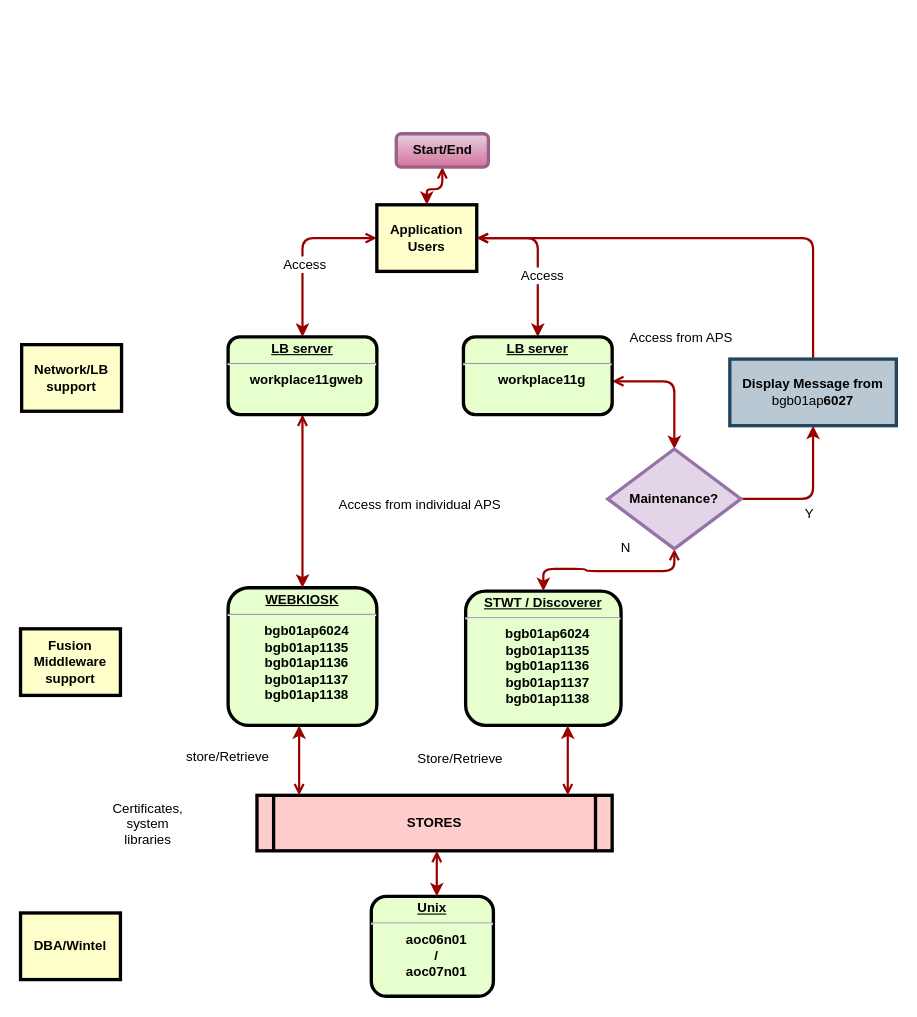
The draw.io diagram maintenance Message.drawio in edwinpeterson1976/flowchart, before the edit. Source tidied: cells renumbered, new cells numbered last; positions are measured from the earlier drawing's top-left corner, leaving out a move shared by most shapes. Both pictures are drawn from the tidied source at 111%, with x=0, y=0 at pixel (20, 133).
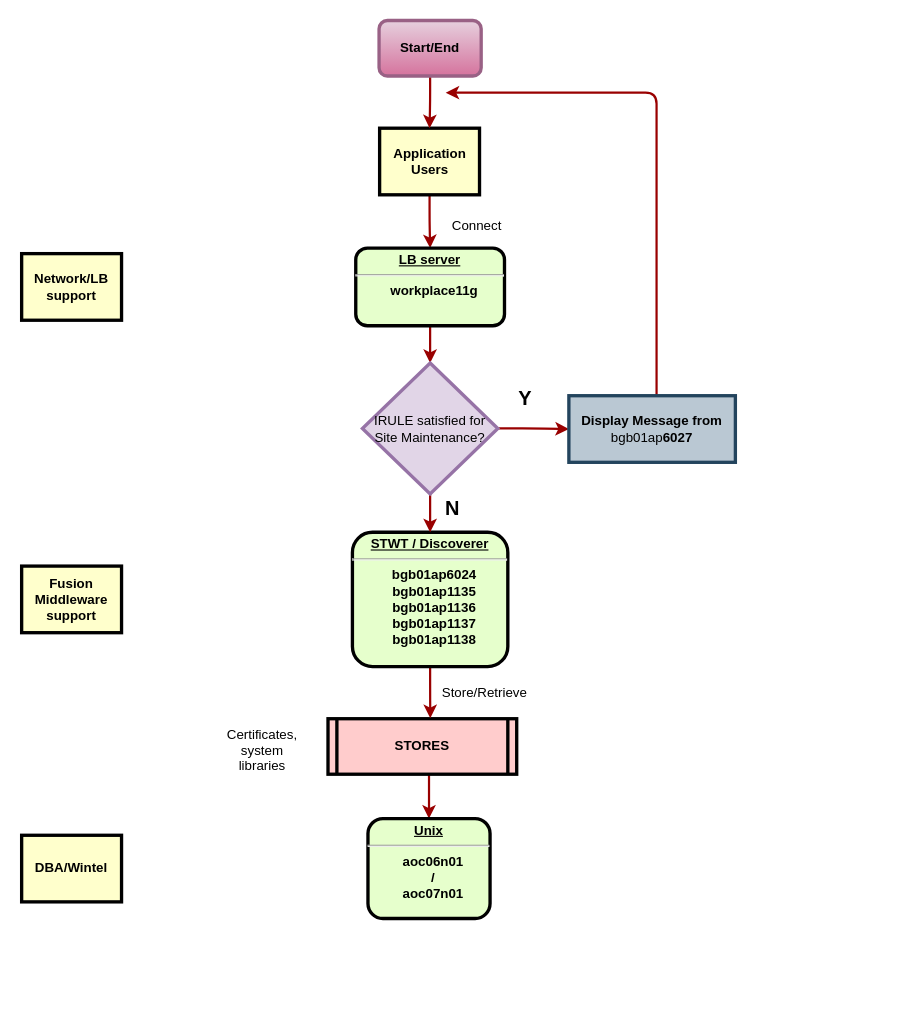
The same diagram, later.

Diff of the diagram source:
```diff
@@
-    <mxCell id="2" value="&lt;p style=&quot;margin: 4px 0px 0px ; text-align: center ; text-decoration: underline&quot;&gt;&lt;strong&gt;WEBKIOSK&lt;br&gt;&lt;/strong&gt;&lt;/p&gt;&lt;hr&gt;&lt;p style=&quot;margin: 0px 0px 0px 8px&quot;&gt;bgb01ap6024&lt;/p&gt;&lt;p style=&quot;margin: 0px 0px 0px 8px&quot;&gt;bgb01ap1135&lt;/p&gt;&lt;p style=&quot;margin: 0px 0px 0px 8px&quot;&gt;bgb01ap1136&lt;/p&gt;&lt;p style=&quot;margin: 0px 0px 0px 8px&quot;&gt;bgb01ap1137&lt;/p&gt;&lt;p style=&quot;margin: 0px 0px 0px 8px&quot;&gt;bgb01ap1138&lt;br&gt;&lt;/p&gt;" style="verticalAlign=middle;align=center;overflow=fill;fontSize=12;fontFamily=Helvetica;html=1;rounded=1;fontStyle=1;strokeWidth=3;fillColor=#E6FFCC;" parent="1" vertex="1">
-      <mxGeometry x="187" y="409" width="134" height="124" as="geometry" />
-    </mxCell>
-    <mxCell id="3" style="edgeStyle=orthogonalEdgeStyle;rounded=1;jettySize=auto;html=1;exitX=0;exitY=0.5;exitDx=0;exitDy=0;startArrow=open;startFill=0;strokeColor=#990000;strokeWidth=2;" parent="1" edge="1" source="7" target="19">
-      <mxGeometry relative="1" as="geometry" />
-    </mxCell>
-    <mxCell id="4" value="Access" style="text;html=1;align=center;verticalAlign=middle;labelBackgroundColor=#ffffff;" parent="3" vertex="1">
-      <mxGeometry x="-0.15" y="23" relative="1" as="geometry" />
-    </mxCell>
-    <mxCell id="5" style="edgeStyle=orthogonalEdgeStyle;rounded=1;jettySize=auto;html=1;exitX=1;exitY=0.5;exitDx=0;exitDy=0;startArrow=open;startFill=0;strokeColor=#990000;strokeWidth=2;" parent="1" edge="1" source="7" target="22">
+    <mxCell id="5" style="edgeStyle=orthogonalEdgeStyle;rounded=1;jettySize=auto;html=1;entryX=0.5;entryY=0;entryDx=0;entryDy=0;strokeColor=#990000;strokeWidth=2;" parent="1" edge="1" source="7" target="22">
       <mxGeometry relative="1" as="geometry" />
     </mxCell>
-    <mxCell id="6" value="Access" style="text;html=1;align=center;verticalAlign=middle;labelBackgroundColor=#ffffff;" parent="5" vertex="1">
-      <mxGeometry x="0.22" y="3" relative="1" as="geometry" />
-    </mxCell>
     <mxCell id="7" value="Application Users" style="whiteSpace=wrap;align=center;verticalAlign=middle;fontStyle=1;strokeWidth=3;fillColor=#FFFFCC;" parent="1" vertex="1">
-      <mxGeometry x="321" y="64" width="90" height="60" as="geometry" />
+      <mxGeometry x="323.5" y="-5" width="90" height="60" as="geometry" />
     </mxCell>
+    <mxCell id="36" style="edgeStyle=orthogonalEdgeStyle;rounded=1;jettySize=auto;html=1;entryX=0.5;entryY=0;entryDx=0;entryDy=0;strokeColor=#990000;strokeWidth=2;" parent="1" edge="1" source="8" target="10">
+      <mxGeometry relative="1" as="geometry">
+        <Array as="points">
+          <mxPoint x="368" y="583" />
+          <mxPoint x="368" y="583" />
+        </Array>
+      </mxGeometry>
+    </mxCell>
     <mxCell id="8" value="STORES" style="shape=process;whiteSpace=wrap;align=center;verticalAlign=middle;size=0.0475;fontStyle=1;strokeWidth=3;fillColor=#FFCCCC;" parent="1" vertex="1">
-      <mxGeometry x="213" y="596" width="320" height="50" as="geometry" />
+      <mxGeometry x="277" y="527" width="170" height="50" as="geometry" />
     </mxCell>
+    <mxCell id="37" style="edgeStyle=orthogonalEdgeStyle;rounded=1;jettySize=auto;html=1;exitX=0.5;exitY=1;exitDx=0;exitDy=0;entryX=0.542;entryY=-0.01;entryDx=0;entryDy=0;entryPerimeter=0;strokeColor=#990000;strokeWidth=2;" parent="1" edge="1" source="9" target="8">
+      <mxGeometry relative="1" as="geometry" />
+    </mxCell>
     <mxCell id="9" value="&lt;p style=&quot;margin: 4px 0px 0px ; text-align: center&quot;&gt;&lt;u&gt;STWT / Discoverer&lt;br&gt;&lt;/u&gt;&lt;/p&gt;&lt;u&gt;&lt;hr&gt;&lt;/u&gt;&lt;p style=&quot;margin: 0px 0px 0px 8px&quot;&gt;bgb01ap6024&lt;/p&gt;&lt;p style=&quot;margin: 0px 0px 0px 8px&quot;&gt;bgb01ap1135&lt;/p&gt;&lt;p style=&quot;margin: 0px 0px 0px 8px&quot;&gt;bgb01ap1136&lt;/p&gt;&lt;p style=&quot;margin: 0px 0px 0px 8px&quot;&gt;bgb01ap1137&lt;/p&gt;&lt;p style=&quot;margin: 0px 0px 0px 8px&quot;&gt;bgb01ap1138&lt;/p&gt;" style="verticalAlign=middle;align=center;overflow=fill;fontSize=12;fontFamily=Helvetica;html=1;rounded=1;fontStyle=1;strokeWidth=3;fillColor=#E6FFCC;" parent="1" vertex="1">
-      <mxGeometry x="401" y="412" width="140" height="121" as="geometry" />
+      <mxGeometry x="299" y="359" width="140" height="121" as="geometry" />
     </mxCell>
     <mxCell id="10" value="&lt;p style=&quot;margin: 4px 0px 0px ; text-align: center ; text-decoration: underline&quot;&gt;&lt;strong&gt;&lt;strong&gt;&lt;/strong&gt;Unix&lt;br&gt;&lt;/strong&gt;&lt;/p&gt;&lt;hr&gt;&lt;p style=&quot;margin: 0px 0px 0px 8px&quot;&gt;aoc06n01 &lt;/p&gt;&lt;p style=&quot;margin: 0px 0px 0px 8px&quot;&gt;/&lt;/p&gt;&lt;p style=&quot;margin: 0px 0px 0px 8px&quot;&gt;aoc07n01&lt;/p&gt;" style="verticalAlign=middle;align=center;overflow=fill;fontSize=12;fontFamily=Helvetica;html=1;rounded=1;fontStyle=1;strokeWidth=3;fillColor=#E6FFCC;" parent="1" vertex="1">
-      <mxGeometry x="316" y="687" width="110" height="90" as="geometry" />
+      <mxGeometry x="313" y="617" width="110" height="90" as="geometry" />
     </mxCell>
     <mxCell id="11" value="DBA/Wintel" style="whiteSpace=wrap;align=center;verticalAlign=middle;fontStyle=1;strokeWidth=3;fillColor=#FFFFCC;" parent="1" vertex="1">
-      <mxGeometry y="702" width="90" height="60" as="geometry" />
+      <mxGeometry x="1" y="632" width="90" height="60" as="geometry" />
     </mxCell>
-    <mxCell id="12" value="store/Retrieve" style="text;spacingTop=-5;align=center;" parent="1" vertex="1">
-      <mxGeometry x="172" y="553" width="30" height="20" as="geometry" />
-    </mxCell>
-    <mxCell id="13" style="edgeStyle=elbowEdgeStyle;elbow=vertical;strokeColor=#990000;strokeWidth=2;startArrow=open;startFill=0;" parent="1" edge="1" source="8" target="2">
-      <mxGeometry relative="1" as="geometry">
-        <Array as="points">
-          <mxPoint x="251" y="572" />
-          <mxPoint x="211" y="622" />
-        </Array>
-      </mxGeometry>
-    </mxCell>
-    <mxCell id="14" style="edgeStyle=elbowEdgeStyle;elbow=horizontal;strokeColor=#990000;strokeWidth=2;startArrow=open;startFill=0;" parent="1" edge="1" source="8" target="9">
-      <mxGeometry relative="1" as="geometry">
-        <Array as="points">
-          <mxPoint x="493" y="573" />
-          <mxPoint x="451" y="582" />
-          <mxPoint x="391" y="562" />
-        </Array>
-      </mxGeometry>
-    </mxCell>
     <mxCell id="15" value="Certificates,&#10;system&#10;libraries" style="text;spacingTop=-5;align=center;" parent="1" vertex="1">
-      <mxGeometry x="100" y="599" width="30" height="20" as="geometry" />
+      <mxGeometry x="183" y="533" width="70" height="44" as="geometry" />
     </mxCell>
-    <mxCell id="16" style="edgeStyle=elbowEdgeStyle;elbow=horizontal;strokeColor=#990000;strokeWidth=2;startArrow=open;startFill=0;" parent="1" edge="1">
-      <mxGeometry relative="1" as="geometry">
-        <mxPoint x="375" y="646" as="sourcePoint" />
-        <mxPoint x="375" y="687" as="targetPoint" />
-        <Array as="points">
-          <mxPoint x="375" y="663" />
-          <mxPoint x="183" y="672" />
-        </Array>
-      </mxGeometry>
-    </mxCell>
     <mxCell id="17" value="Store/Retrieve" style="text;html=1;align=left;verticalAlign=top;spacingTop=-4;" parent="1" vertex="1">
-      <mxGeometry x="356" y="553" width="90" height="20" as="geometry" />
+      <mxGeometry x="378" y="493.5" width="90" height="20" as="geometry" />
     </mxCell>
-    <mxCell id="18" style="edgeStyle=orthogonalEdgeStyle;rounded=1;jettySize=auto;html=1;entryX=0.5;entryY=0;entryDx=0;entryDy=0;startArrow=open;startFill=0;strokeColor=#990000;strokeWidth=2;" parent="1" edge="1" source="19" target="2">
-      <mxGeometry relative="1" as="geometry" />
-    </mxCell>
-    <mxCell id="19" value="&lt;p style=&quot;margin: 4px 0px 0px ; text-align: center ; text-decoration: underline&quot;&gt;&lt;strong&gt;LB server&lt;br&gt;&lt;/strong&gt;&lt;/p&gt;&lt;hr&gt;&lt;p style=&quot;margin: 0px 0px 0px 8px&quot;&gt;workplace11gweb&lt;br&gt;&lt;/p&gt;" style="verticalAlign=middle;align=center;overflow=fill;fontSize=12;fontFamily=Helvetica;html=1;rounded=1;fontStyle=1;strokeWidth=3;fillColor=#E6FFCC;" parent="1" vertex="1">
-      <mxGeometry x="187" y="183" width="134" height="70" as="geometry" />
-    </mxCell>
-    <mxCell id="20" style="edgeStyle=orthogonalEdgeStyle;rounded=1;jettySize=auto;html=1;startArrow=open;startFill=0;strokeColor=#990000;strokeWidth=2;entryX=0.5;entryY=0;entryDx=0;entryDy=0;" parent="1" edge="1" source="22" target="28">
-      <mxGeometry relative="1" as="geometry">
-        <Array as="points">
-          <mxPoint x="589" y="223" />
-        </Array>
-      </mxGeometry>
+    <mxCell id="20" style="edgeStyle=orthogonalEdgeStyle;rounded=1;jettySize=auto;html=1;exitX=0.5;exitY=1;exitDx=0;exitDy=0;strokeColor=#990000;strokeWidth=2;" parent="1" edge="1" source="22" target="28">
+      <mxGeometry relative="1" as="geometry" />
     </mxCell>
-    <mxCell id="21" value="Access from APS" style="text;html=1;align=center;verticalAlign=middle;labelBackgroundColor=#ffffff;" parent="20" vertex="1">
-      <mxGeometry x="-0.33" y="2" relative="1" as="geometry">
-        <mxPoint x="22" y="-38" as="offset" />
-      </mxGeometry>
-    </mxCell>
     <mxCell id="22" value="&lt;p style=&quot;margin: 4px 0px 0px ; text-align: center ; text-decoration: underline&quot;&gt;&lt;strong&gt;LB server&lt;br&gt;&lt;/strong&gt;&lt;/p&gt;&lt;hr&gt;&lt;p style=&quot;margin: 0px 0px 0px 8px&quot;&gt;workplace11g&lt;br&gt;&lt;/p&gt;&lt;p style=&quot;margin: 0px 0px 0px 8px&quot;&gt;&lt;br&gt;&lt;/p&gt;" style="verticalAlign=middle;align=center;overflow=fill;fontSize=12;fontFamily=Helvetica;html=1;rounded=1;fontStyle=1;strokeWidth=3;fillColor=#E6FFCC;" parent="1" vertex="1">
-      <mxGeometry x="399" y="183" width="134" height="70" as="geometry" />
+      <mxGeometry x="302" y="103" width="134" height="70" as="geometry" />
     </mxCell>
     <mxCell id="23" value="Fusion Middleware support" style="whiteSpace=wrap;align=center;verticalAlign=middle;fontStyle=1;strokeWidth=3;fillColor=#FFFFCC;" parent="1" vertex="1">
-      <mxGeometry y="446" width="90" height="60" as="geometry" />
+      <mxGeometry x="1" y="389.5" width="90" height="60" as="geometry" />
     </mxCell>
     <mxCell id="24" value="Network/LB support" style="whiteSpace=wrap;align=center;verticalAlign=middle;fontStyle=1;strokeWidth=3;fillColor=#FFFFCC;" parent="1" vertex="1">
-      <mxGeometry x="1" y="190" width="90" height="60" as="geometry" />
+      <mxGeometry x="1" y="108" width="90" height="60" as="geometry" />
     </mxCell>
+    <mxCell id="27" style="edgeStyle=orthogonalEdgeStyle;rounded=1;jettySize=auto;html=1;strokeColor=#990000;strokeWidth=2;entryX=0;entryY=0.5;entryDx=0;entryDy=0;" parent="1" edge="1" source="28" target="30">
+      <mxGeometry relative="1" as="geometry" />
+    </mxCell>
-    <mxCell id="25" style="edgeStyle=orthogonalEdgeStyle;rounded=1;jettySize=auto;html=1;exitX=0.5;exitY=1;exitDx=0;exitDy=0;startArrow=open;startFill=0;strokeColor=#990000;strokeWidth=2;" parent="1" edge="1" source="28" target="9">
+    <mxCell id="25" style="edgeStyle=orthogonalEdgeStyle;rounded=1;jettySize=auto;html=1;exitX=0.5;exitY=1;exitDx=0;exitDy=0;strokeColor=#990000;strokeWidth=2;" parent="1" edge="1" source="28" target="9">
       <mxGeometry relative="1" as="geometry" />
     </mxCell>
-    <mxCell id="26" value="N" style="text;html=1;align=center;verticalAlign=middle;labelBackgroundColor=#ffffff;" parent="25" vertex="1">
-      <mxGeometry x="-0.73" y="-17" relative="1" as="geometry">
-        <mxPoint x="-43" y="-5" as="offset" />
-      </mxGeometry>
-    </mxCell>
-    <mxCell id="27" style="edgeStyle=orthogonalEdgeStyle;rounded=1;jettySize=auto;html=1;exitX=1;exitY=0.5;exitDx=0;exitDy=0;entryX=0.5;entryY=1;entryDx=0;entryDy=0;startArrow=none;startFill=0;strokeColor=#990000;strokeWidth=2;" parent="1" edge="1" source="28" target="30">
-      <mxGeometry relative="1" as="geometry" />
-    </mxCell>
-    <mxCell id="28" value="&lt;p&gt;&lt;strong&gt;Maintenance&lt;strong&gt;?&lt;/strong&gt;&lt;/strong&gt;&lt;/p&gt;" style="rhombus;whiteSpace=wrap;html=1;shadow=0;strokeColor=#9673a6;strokeWidth=3;fillColor=#e1d5e7;" parent="1" vertex="1">
-      <mxGeometry x="529" y="284" width="120" height="90" as="geometry" />
+    <mxCell id="28" value="IRULE satisfied for Site Maintenance?" style="rhombus;whiteSpace=wrap;html=1;shadow=0;strokeColor=#9673a6;strokeWidth=3;fillColor=#e1d5e7;" parent="1" vertex="1">
+      <mxGeometry x="308" y="206.5" width="122" height="118" as="geometry" />
     </mxCell>
-    <mxCell id="29" style="edgeStyle=orthogonalEdgeStyle;rounded=1;jettySize=auto;html=1;exitX=0.5;exitY=0;exitDx=0;exitDy=0;entryX=1;entryY=0.5;entryDx=0;entryDy=0;startArrow=none;startFill=0;endArrow=open;endFill=0;strokeWidth=2;strokeColor=#990000;" parent="1" edge="1" source="30" target="7">
-      <mxGeometry relative="1" as="geometry" />
-    </mxCell>
+    <mxCell id="38" style="edgeStyle=orthogonalEdgeStyle;rounded=1;jettySize=auto;html=1;strokeColor=#990000;strokeWidth=2;" parent="1" edge="1" source="30">
+      <mxGeometry relative="1" as="geometry">
+        <mxPoint x="383" y="-37" as="targetPoint" />
+        <Array as="points">
+          <mxPoint x="573" y="-37" />
+        </Array>
+      </mxGeometry>
+    </mxCell>
     <mxCell id="30" value="&lt;strong&gt;Display Message from &lt;/strong&gt;bgb01ap&lt;strong&gt;6027&lt;/strong&gt;" style="rounded=0;whiteSpace=wrap;html=1;shadow=0;strokeColor=#23445d;strokeWidth=3;fillColor=#bac8d3;" parent="1" vertex="1">
-      <mxGeometry x="639" y="203" width="150" height="60" as="geometry" />
+      <mxGeometry x="494" y="236" width="150" height="60" as="geometry" />
     </mxCell>
-    <mxCell id="31" style="edgeStyle=orthogonalEdgeStyle;rounded=1;jettySize=auto;html=1;entryX=0.5;entryY=0;entryDx=0;entryDy=0;startArrow=open;startFill=0;strokeColor=#990000;strokeWidth=2;" parent="1" edge="1" source="32" target="7">
+    <mxCell id="31" style="edgeStyle=orthogonalEdgeStyle;rounded=1;jettySize=auto;html=1;strokeColor=#990000;strokeWidth=2;" parent="1" edge="1" source="32" target="7">
       <mxGeometry relative="1" as="geometry" />
     </mxCell>
     <mxCell id="32" value="&lt;strong&gt;Start/End&lt;/strong&gt;" style="rounded=1;whiteSpace=wrap;html=1;shadow=0;strokeColor=#996185;strokeWidth=3;gradientColor=#d5739d;fillColor=#e6d0de;" parent="1" vertex="1">
-      <mxGeometry x="338.5" width="83" height="30" as="geometry" />
+      <mxGeometry x="323" y="-102" width="92" height="50" as="geometry" />
     </mxCell>
@@
-    <mxCell id="34" value="Y" style="text;html=1;align=left;verticalAlign=top;spacingTop=-4;" parent="1" vertex="1">
-      <mxGeometry x="705" y="333" width="20" height="20" as="geometry" />
+    <mxCell id="34" value="&lt;font style=&quot;font-size: 18px&quot;&gt;&lt;strong&gt;Y&lt;/strong&gt;&lt;/font&gt;" style="text;html=1;align=left;verticalAlign=top;spacingTop=-4;" parent="1" vertex="1">
+      <mxGeometry x="447" y="226" width="30" height="20" as="geometry" />
     </mxCell>
-    <mxCell id="35" value="Access from individual APS" style="text;html=1;align=left;verticalAlign=top;spacingTop=-4;" parent="1" vertex="1">
-      <mxGeometry x="285" y="325" width="160" height="20" as="geometry" />
-    </mxCell>
+    <mxCell id="26" value="&lt;strong&gt;&lt;font style=&quot;font-size: 18px&quot;&gt;N&lt;/font&gt;&lt;/strong&gt;" style="text;html=1;align=left;verticalAlign=top;spacingTop=-4;shadow=1;" parent="1" vertex="1">
+      <mxGeometry x="381" y="324.5" width="30" height="20" as="geometry" />
+    </mxCell>
+    <mxCell id="39" value="Connect" style="text;html=1;align=left;verticalAlign=top;spacingTop=-4;" parent="1" vertex="1">
+      <mxGeometry x="387" y="73" width="60" height="20" as="geometry" />
+    </mxCell>
```
